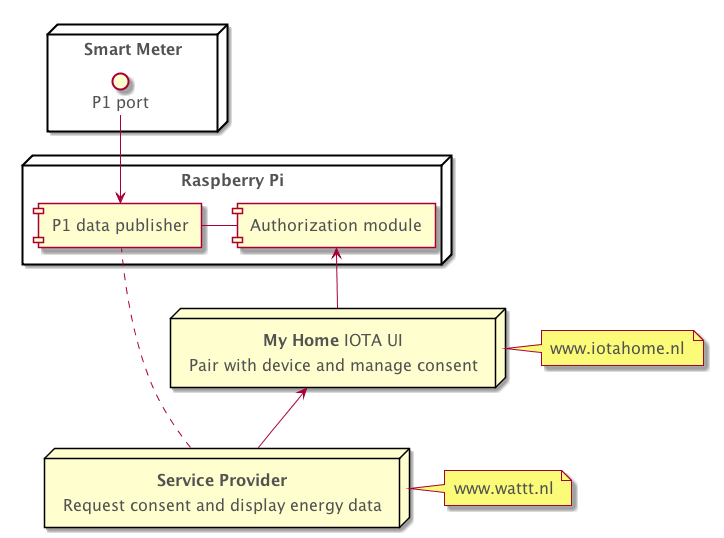
The PlantUML diagram docs/assets/component-diagram-without-mam.png in alliander-opensource/decentralized-auth, before a commit. The source it was exported from:
```plantuml
@startuml

scale 1

skinparam padding 3
skinparam shadowing true
skinparam default {
  FontName 'Promixa Nova'
  FontColor #525252
  FontSize 16
}

node "**Service Provider**\n Request consent and display energy data" as service_provider
note right of service_provider : www.wattt.nl

node "Raspberry Pi" {
  [P1 data publisher] as device
  [Authorization module] as device_auth_module
  device - device_auth_module
}

node "Smart Meter" {
  interface "P1 port" as p1_port
  p1_port -> device
}

node "**My Home** IOTA UI \n Pair with device and manage consent" as my_home
note right of my_home : www.iotahome.nl

device_auth_module <- my_home
service_provider .. device
my_home <-- service_provider

@enduml
```
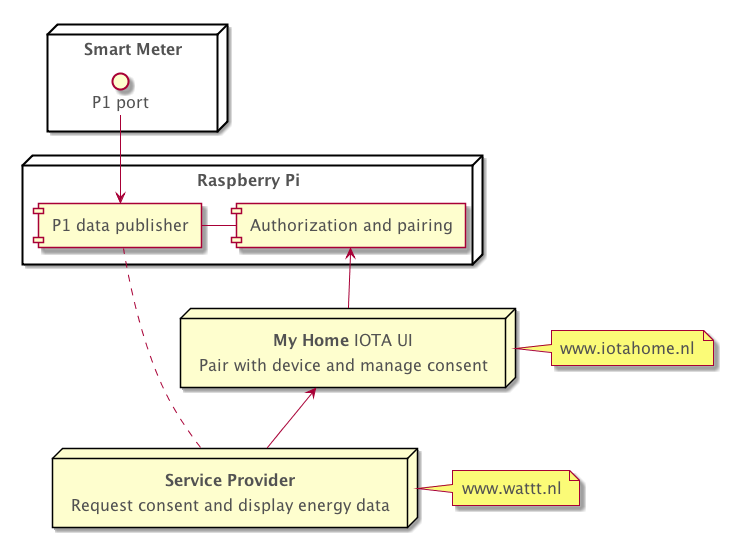
Above is the later version.

Commit message:
doc: rename module to authorization and pairing

Diff of the diagram source:
```diff
@@ -15,7 +15,7 @@
 
 node "Raspberry Pi" {
   [P1 data publisher] as device
-  [Authorization module] as device_auth_module
+  [Authorization and pairing] as device_auth_module
   device - device_auth_module
 }
 
```
